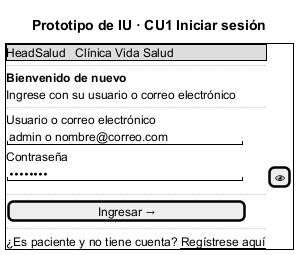
The PlantUML diagram Docs/diagramas/18_prototipo_login.png in Kato-001/headsalud, before a commit.
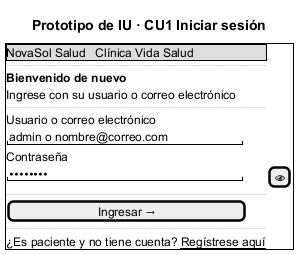
After the change.

The edit, as a diff of the source:
```diff
@@ -1,7 +1,7 @@
 @startsalt 18_prototipo_login
 title Prototipo de IU · CU1 Iniciar sesión
 {+
-  {* HeadSalud | Clínica Vida Salud }
+  {* NovaSol Salud | Clínica Vida Salud }
   ..
   <b>Bienvenido de nuevo
   Ingrese con su usuario o correo electrónico
```
